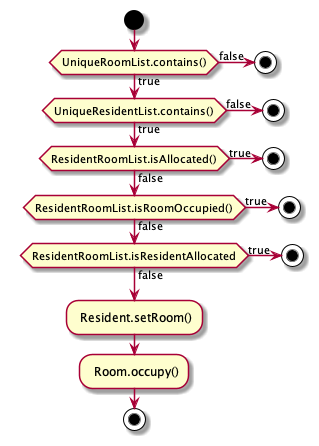
The PlantUML diagram docs/images/ResidentRoomAllocationDiagram.png in nus-cs2103-AY2021S2/tp, before a commit. Its diagram source:
```plantuml
@startuml

start
if (UniqueRoomList.contains()) then (true)
    if (UniqueResidentList.contains()) then (true)
        if (ResidentRoomList.isAllocated()) then (false)
            if (ResidentRoomList.isRoomOccupied()) then (false)
                if (ResidentRoomList.isResidentAllocated) then (false)
                else (true)
                    stop
                endif
                : Resident.setRoom();
                : Room.occupy();
                stop
            else (true)
                stop
        endif
        else (true)
            stop
    endif
    else (false)
        stop
   endif

else (false)
    stop

@enduml
```
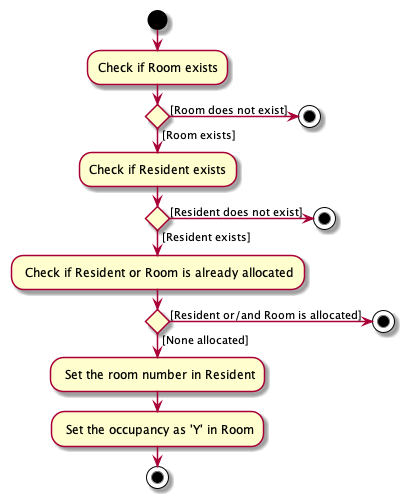
Later version of the same file.

Commit message:
docs(resident-room-allocation): update to dg

The edit, as a diff of the source:
```diff
@@ -1,28 +1,22 @@
 @startuml
 
 start
-if (UniqueRoomList.contains()) then (true)
-    if (UniqueResidentList.contains()) then (true)
-        if (ResidentRoomList.isAllocated()) then (false)
-            if (ResidentRoomList.isRoomOccupied()) then (false)
-                if (ResidentRoomList.isResidentAllocated) then (false)
-                else (true)
-                    stop
-                endif
-                : Resident.setRoom();
-                : Room.occupy();
-                stop
-            else (true)
-                stop
-        endif
-        else (true)
+:Check if Room exists;
+if () then ([Room exists])
+    :Check if Resident exists;
+    if () then ([Resident exists])
+        : Check if Resident or Room is already allocated;
+        if () then ([None allocated])
+            : Set the room number in Resident;
+            : Set the occupancy as 'Y' in Room;
+            stop
+        else ([Resident or/and Room is allocated])
             stop
     endif
-    else (false)
+    else ([Resident does not exist])
         stop
    endif
 
-else (false)
+else ([Room does not exist])
     stop
-
 @enduml
```
